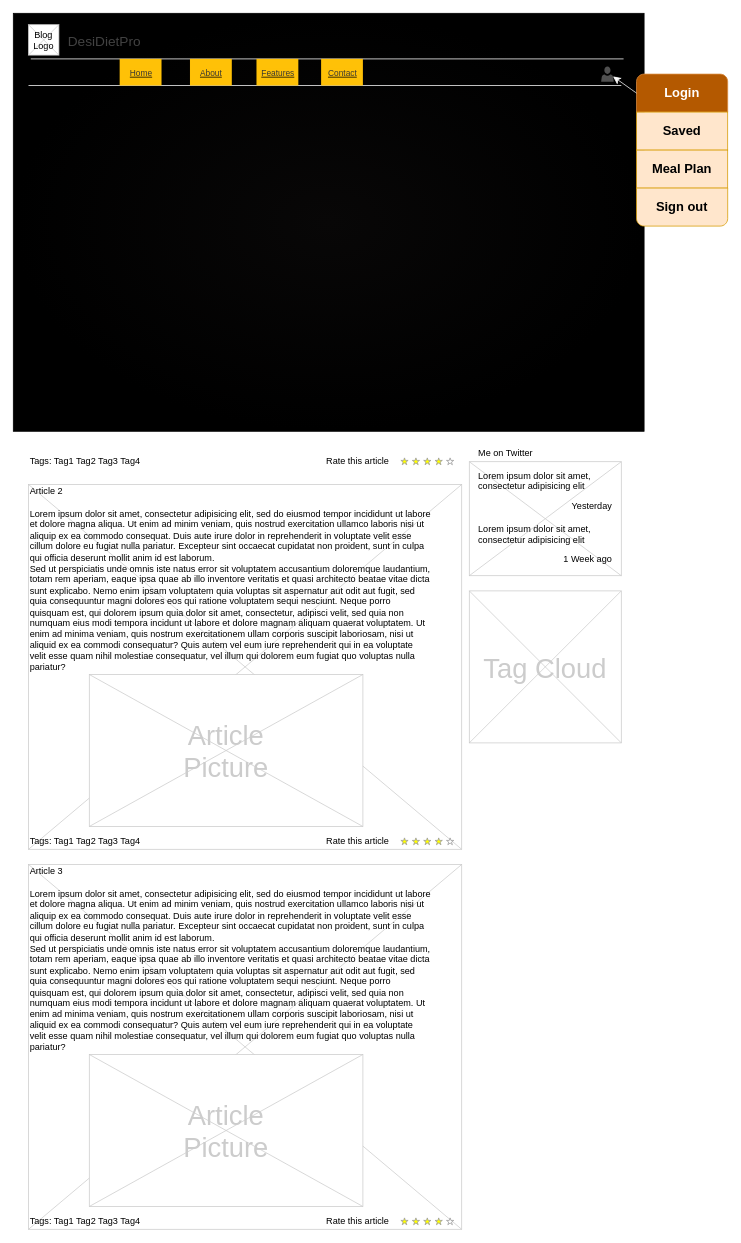
The draw.io diagram DesiDietPro/Wireframe.drawio in Kesh0707/Kesh0707.github.io, before the edit. Source tidied: cells renumbered, new cells numbered last; positions are measured from the earlier drawing's top-left corner, leaving out a move shared by most shapes. Both pictures are drawn from the tidied source at 76%, with x=0, y=0 at pixel (13, 13).
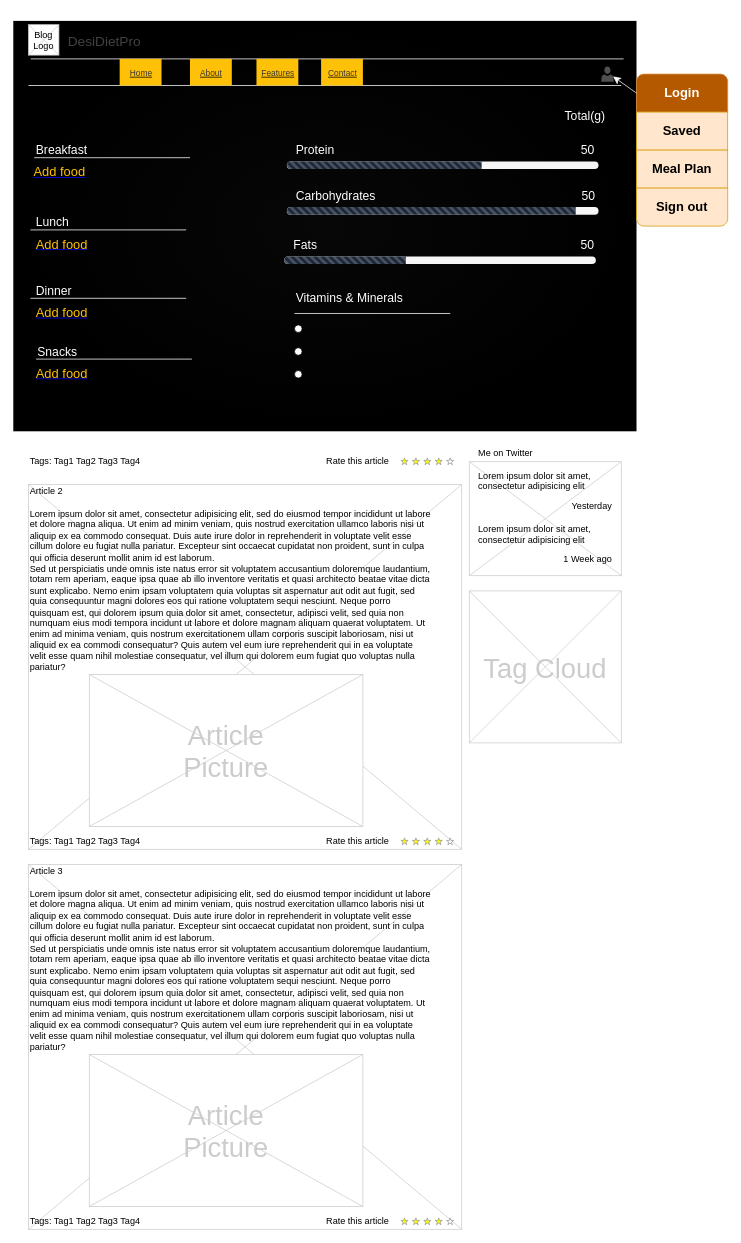
The same diagram, later.

Commit message:
Completed homepage Wireframe.drawio

What changed in the source:
```diff
@@
-    <mxCell id="2" style="rounded=0;whiteSpace=wrap;html=1;fillColor=#080707;gradientColor=default;gradientDirection=radial;" parent="1" vertex="1">
-      <mxGeometry width="830" height="550" as="geometry" />
+    <mxCell id="2" style="rounded=0;whiteSpace=wrap;html=1;fillColor=#080707;gradientColor=default;gradientDirection=radial;strokeColor=none;" parent="1" vertex="1">
+      <mxGeometry y="10" width="820" height="540" as="geometry" />
     </mxCell>
@@
+    <mxCell id="47" style="line;strokeWidth=1;strokeColor=#FFFFFF;" parent="1" vertex="1">
+      <mxGeometry x="27.5" y="185" width="205" height="10" as="geometry" />
+    </mxCell>
+    <mxCell id="48" value="&lt;font color=&quot;#ffffff&quot;&gt;Breakfast&lt;/font&gt;" style="text;html=1;align=left;verticalAlign=middle;whiteSpace=wrap;rounded=0;fontSize=16;" parent="1" vertex="1">
+      <mxGeometry x="27.5" y="165" width="75" height="30" as="geometry" />
+    </mxCell>
+    <mxCell id="49" value="&lt;font color=&quot;#ffc107&quot;&gt;Add food&lt;/font&gt;" style="shape=rectangle;strokeColor=none;fillColor=none;linkText=;fontSize=17;fontColor=#0000ff;fontStyle=4;html=1;align=left;" parent="1" vertex="1">
+      <mxGeometry x="25" y="195" width="80" height="30" as="geometry" />
+    </mxCell>
+    <mxCell id="50" style="line;strokeWidth=1;strokeColor=#FFFFFF;" parent="1" vertex="1">
+      <mxGeometry x="22.5" y="280" width="205" height="10" as="geometry" />
+    </mxCell>
+    <mxCell id="51" value="&lt;font color=&quot;#ffffff&quot;&gt;Lunch&lt;/font&gt;" style="text;html=1;align=left;verticalAlign=middle;whiteSpace=wrap;rounded=0;fontSize=16;" parent="1" vertex="1">
+      <mxGeometry x="27.5" y="260" width="75" height="30" as="geometry" />
+    </mxCell>
+    <mxCell id="52" value="&lt;font color=&quot;#ffc107&quot;&gt;Add food&lt;/font&gt;" style="shape=rectangle;strokeColor=none;fillColor=none;linkText=;fontSize=17;fontColor=#0000ff;fontStyle=4;html=1;align=left;" parent="1" vertex="1">
+      <mxGeometry x="27.5" y="290" width="80" height="30" as="geometry" />
+    </mxCell>
+    <mxCell id="53" style="line;strokeWidth=1;strokeColor=#FFFFFF;" parent="1" vertex="1">
+      <mxGeometry x="22.5" y="370" width="205" height="10" as="geometry" />
+    </mxCell>
+    <mxCell id="54" value="&lt;font color=&quot;#ffffff&quot;&gt;Dinner&lt;/font&gt;" style="text;html=1;align=left;verticalAlign=middle;whiteSpace=wrap;rounded=0;fontSize=16;" parent="1" vertex="1">
+      <mxGeometry x="27.5" y="350" width="75" height="30" as="geometry" />
+    </mxCell>
+    <mxCell id="55" value="&lt;font color=&quot;#ffc107&quot;&gt;Add food&lt;/font&gt;" style="shape=rectangle;strokeColor=none;fillColor=none;linkText=;fontSize=17;fontColor=#0000ff;fontStyle=4;html=1;align=left;" parent="1" vertex="1">
+      <mxGeometry x="27.5" y="380" width="80" height="30" as="geometry" />
+    </mxCell>
+    <mxCell id="56" style="line;strokeWidth=1;strokeColor=#FFFFFF;" parent="1" vertex="1">
+      <mxGeometry x="30" y="450" width="205" height="10" as="geometry" />
+    </mxCell>
+    <mxCell id="57" value="&lt;font color=&quot;#ffffff&quot;&gt;Snacks&lt;/font&gt;" style="text;html=1;align=left;verticalAlign=middle;whiteSpace=wrap;rounded=0;fontSize=16;" parent="1" vertex="1">
+      <mxGeometry x="30" y="430" width="75" height="30" as="geometry" />
+    </mxCell>
+    <mxCell id="58" value="&lt;font color=&quot;#ffc107&quot;&gt;Add food&lt;/font&gt;" style="shape=rectangle;strokeColor=none;fillColor=none;linkText=;fontSize=17;fontColor=#0000ff;fontStyle=4;html=1;align=left;" parent="1" vertex="1">
+      <mxGeometry x="27.5" y="460" width="80" height="30" as="geometry" />
+    </mxCell>
+    <mxCell id="59" style="html=1;shadow=0;dashed=0;shape=mxgraph.bootstrap.rrect;rSize=5;strokeColor=none;fillColor=#f6f6f6;whiteSpace=wrap;" parent="1" vertex="1">
+      <mxGeometry x="360" y="195" width="410" height="10" as="geometry" />
+    </mxCell>
+    <mxCell id="60" style="html=1;shadow=0;dashed=0;shape=mxgraph.bootstrap.leftButtonStriped;fillColor=#1c2839;fontColor=#FFFFFF;whiteSpace=wrap;" parent="59" vertex="1">
+      <mxGeometry width="256.2" height="10" as="geometry" />
+    </mxCell>
+    <mxCell id="61" value="&lt;font color=&quot;#ffffff&quot;&gt;Protein&amp;nbsp; &amp;nbsp; &amp;nbsp; &amp;nbsp; &amp;nbsp; &amp;nbsp; &amp;nbsp; &amp;nbsp; &amp;nbsp; &amp;nbsp; &amp;nbsp; &amp;nbsp; &amp;nbsp; &amp;nbsp; &amp;nbsp; &amp;nbsp; &amp;nbsp; &amp;nbsp; &amp;nbsp; &amp;nbsp; &amp;nbsp; &amp;nbsp; &amp;nbsp; &amp;nbsp; &amp;nbsp; &amp;nbsp; &amp;nbsp; &amp;nbsp; &amp;nbsp; &amp;nbsp; &amp;nbsp; &amp;nbsp; &amp;nbsp; &amp;nbsp; &amp;nbsp; &amp;nbsp; &amp;nbsp;50&lt;/font&gt;" style="text;html=1;align=left;verticalAlign=middle;whiteSpace=wrap;rounded=0;fontSize=16;" parent="1" vertex="1">
+      <mxGeometry x="370" y="165" width="403.5" height="30" as="geometry" />
+    </mxCell>
+    <mxCell id="62" value="&lt;font color=&quot;#ffffff&quot;&gt;Total(g)&lt;/font&gt;" style="text;html=1;align=center;verticalAlign=middle;whiteSpace=wrap;rounded=0;fontSize=16;" parent="1" vertex="1">
+      <mxGeometry x="715" y="120" width="75" height="30" as="geometry" />
+    </mxCell>
+    <mxCell id="63" style="html=1;shadow=0;dashed=0;shape=mxgraph.bootstrap.rrect;rSize=5;strokeColor=none;fillColor=#f6f6f6;whiteSpace=wrap;" parent="1" vertex="1">
+      <mxGeometry x="360" y="255" width="410" height="10" as="geometry" />
+    </mxCell>
+    <mxCell id="64" style="html=1;shadow=0;dashed=0;shape=mxgraph.bootstrap.leftButtonStriped;fillColor=#1c2839;fontColor=#FFFFFF;whiteSpace=wrap;" parent="63" vertex="1">
+      <mxGeometry width="380" height="10" as="geometry" />
+    </mxCell>
+    <mxCell id="65" value="&lt;font color=&quot;#ffffff&quot;&gt;Carbohydrates&amp;nbsp; &amp;nbsp; &amp;nbsp; &amp;nbsp; &amp;nbsp; &amp;nbsp; &amp;nbsp; &amp;nbsp; &amp;nbsp; &amp;nbsp; &amp;nbsp; &amp;nbsp; &amp;nbsp; &amp;nbsp; &amp;nbsp; &amp;nbsp; &amp;nbsp; &amp;nbsp; &amp;nbsp; &amp;nbsp; &amp;nbsp; &amp;nbsp; &amp;nbsp; &amp;nbsp; &amp;nbsp; &amp;nbsp; &amp;nbsp; &amp;nbsp; &amp;nbsp; &amp;nbsp; &amp;nbsp;50&lt;/font&gt;" style="text;html=1;align=left;verticalAlign=middle;whiteSpace=wrap;rounded=0;fontSize=16;" parent="1" vertex="1">
+      <mxGeometry x="370" y="225" width="403.5" height="30" as="geometry" />
+    </mxCell>
+    <mxCell id="66" style="html=1;shadow=0;dashed=0;shape=mxgraph.bootstrap.rrect;rSize=5;strokeColor=none;fillColor=#f6f6f6;whiteSpace=wrap;" parent="1" vertex="1">
+      <mxGeometry x="356.5" y="320" width="410" height="10" as="geometry" />
+    </mxCell>
+    <mxCell id="67" style="html=1;shadow=0;dashed=0;shape=mxgraph.bootstrap.leftButtonStriped;fillColor=#1c2839;fontColor=#FFFFFF;whiteSpace=wrap;" parent="66" vertex="1">
+      <mxGeometry width="160" height="10" as="geometry" />
+    </mxCell>
+    <mxCell id="68" value="&lt;font color=&quot;#ffffff&quot;&gt;Fats&amp;nbsp; &amp;nbsp; &amp;nbsp; &amp;nbsp; &amp;nbsp; &amp;nbsp; &amp;nbsp; &amp;nbsp; &amp;nbsp; &amp;nbsp; &amp;nbsp; &amp;nbsp; &amp;nbsp; &amp;nbsp; &amp;nbsp; &amp;nbsp; &amp;nbsp; &amp;nbsp; &amp;nbsp; &amp;nbsp; &amp;nbsp; &amp;nbsp; &amp;nbsp; &amp;nbsp; &amp;nbsp; &amp;nbsp; &amp;nbsp; &amp;nbsp; &amp;nbsp; &amp;nbsp; &amp;nbsp; &amp;nbsp; &amp;nbsp; &amp;nbsp; &amp;nbsp; &amp;nbsp; &amp;nbsp; &amp;nbsp; &amp;nbsp; 50&lt;/font&gt;" style="text;html=1;align=left;verticalAlign=middle;whiteSpace=wrap;rounded=0;fontSize=16;" parent="1" vertex="1">
+      <mxGeometry x="366.5" y="290" width="403.5" height="30" as="geometry" />
+    </mxCell>
+    <mxCell id="69" value="&lt;font color=&quot;#ffffff&quot;&gt;Vitamins &amp;amp; Minerals&lt;/font&gt;" style="text;html=1;align=left;verticalAlign=middle;whiteSpace=wrap;rounded=0;fontSize=16;" parent="1" vertex="1">
+      <mxGeometry x="370" y="360" width="150" height="30" as="geometry" />
+    </mxCell>
+    <mxCell id="70" style="line;strokeWidth=1;strokeColor=#FFFFFF;" parent="1" vertex="1">
+      <mxGeometry x="370" y="390" width="205" height="10" as="geometry" />
+    </mxCell>
+    <mxCell id="71" style="ellipse;whiteSpace=wrap;html=1;" parent="1" vertex="1">
+      <mxGeometry x="370" y="410" width="10" height="10" as="geometry" />
+    </mxCell>
+    <mxCell id="72" style="ellipse;whiteSpace=wrap;html=1;" parent="1" vertex="1">
+      <mxGeometry x="370" y="440" width="10" height="10" as="geometry" />
+    </mxCell>
+    <mxCell id="73" style="ellipse;whiteSpace=wrap;html=1;" parent="1" vertex="1">
+      <mxGeometry x="370" y="470" width="10" height="10" as="geometry" />
+    </mxCell>
```
